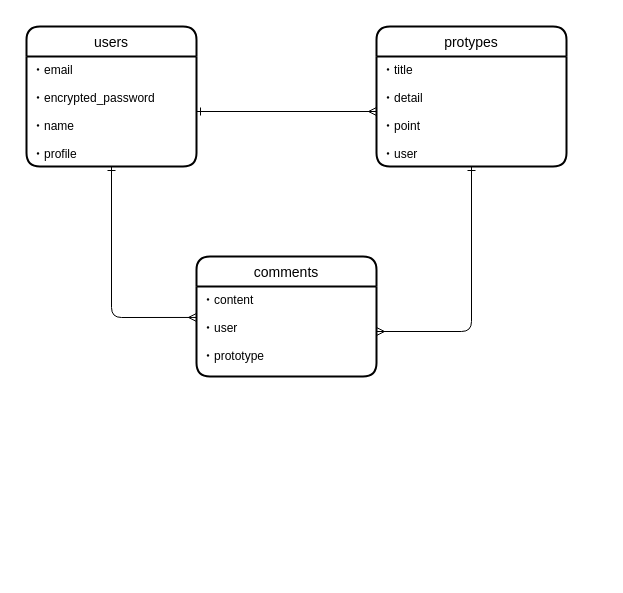
The draw.io diagram page "ER図" (1 of 2) of test.dio in ymokkk/protospace-1206, before the edit. Source tidied: cells renumbered, new cells numbered last; positions are measured from the earlier drawing's top-left corner, leaving out a move shared by most shapes. Both pictures are drawn from the tidied source at 100%, with x=0, y=0 at pixel (26, 26).
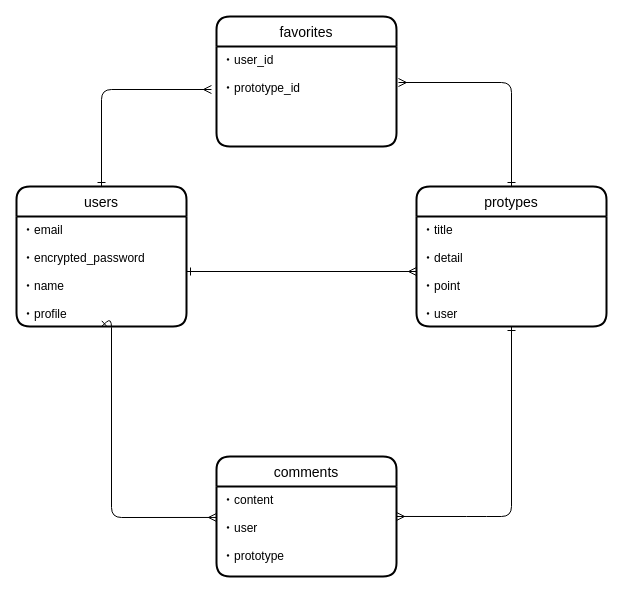
The same page after the edit.

The change refers to these unchanged cells:
```xml
<mxCell id="3" value="・email&#10;&#10;・encrypted_password&#10;&#10;・name&#10;&#10;・profile" style="align=left;strokeColor=none;fillColor=none;spacingLeft=4;fontSize=12;verticalAlign=top;" parent="2" vertex="1">
  <mxGeometry y="30" width="170" height="110" as="geometry" />
</mxCell>
<mxCell id="5" value="・title&#10;&#10;・detail&#10;&#10;・point&#10;&#10;・user" style="align=left;strokeColor=none;fillColor=none;spacingLeft=4;fontSize=12;verticalAlign=top;" parent="4" vertex="1">
  <mxGeometry y="30" width="190" height="110" as="geometry" />
</mxCell>
<mxCell id="7" value="・content&#10;&#10;・user&#10;&#10;・prototype" style="align=left;strokeColor=none;fillColor=none;spacingLeft=4;fontSize=12;verticalAlign=top;" parent="6" vertex="1">
  <mxGeometry y="30" width="180" height="90" as="geometry" />
</mxCell>
```

What changed in the source:
```diff
@@
+    <mxCell id="11" style="edgeStyle=none;html=1;exitX=0.5;exitY=0;exitDx=0;exitDy=0;entryX=-0.028;entryY=0.43;entryDx=0;entryDy=0;entryPerimeter=0;endArrow=ERmany;endFill=0;startArrow=ERone;startFill=0;" parent="1" edge="1" source="2" target="14">
+      <mxGeometry relative="1" as="geometry">
+        <Array as="points">
+          <mxPoint x="75" y="63" />
+        </Array>
+      </mxGeometry>
+    </mxCell>
     <mxCell id="2" value="users" style="swimlane;horizontal=1;startSize=30;rounded=1;fontSize=14;fontStyle=0;strokeWidth=2;shadow=0;dashed=0;align=center;" parent="1" vertex="1">
-      <mxGeometry width="170" height="140" as="geometry" />
+      <mxGeometry x="-10" y="160" width="170" height="140" as="geometry" />
     </mxCell>
@@
+    <mxCell id="12" style="edgeStyle=none;html=1;exitX=0.5;exitY=0;exitDx=0;exitDy=0;entryX=1.011;entryY=0.36;entryDx=0;entryDy=0;entryPerimeter=0;endArrow=ERmany;endFill=0;startArrow=ERone;startFill=0;" parent="1" edge="1" source="4" target="14">
+      <mxGeometry relative="1" as="geometry">
+        <Array as="points">
+          <mxPoint x="485" y="56" />
+        </Array>
+      </mxGeometry>
+    </mxCell>
     <mxCell id="4" value="protypes" style="swimlane;horizontal=1;startSize=30;rounded=1;fontSize=14;fontStyle=0;strokeWidth=2;shadow=0;dashed=0;align=center;" parent="1" vertex="1">
-      <mxGeometry x="350" width="190" height="140" as="geometry" />
+      <mxGeometry x="390" y="160" width="190" height="140" as="geometry" />
     </mxCell>
@@
     <mxCell id="6" value="comments" style="swimlane;horizontal=1;startSize=30;rounded=1;fontSize=14;fontStyle=0;strokeWidth=2;shadow=0;dashed=0;align=center;" parent="1" vertex="1">
-      <mxGeometry x="170" y="230" width="180" height="120" as="geometry" />
+      <mxGeometry x="190" y="430" width="180" height="120" as="geometry" />
     </mxCell>
@@
     <mxCell id="8" style="edgeStyle=none;html=1;exitX=0.5;exitY=1;exitDx=0;exitDy=0;entryX=0;entryY=0.344;entryDx=0;entryDy=0;entryPerimeter=0;endArrow=ERmany;endFill=0;startArrow=ERone;startFill=0;" parent="1" edge="1" source="3" target="7">
       <mxGeometry relative="1" as="geometry">
         <Array as="points">
           <mxPoint x="85" y="291" />
+          <mxPoint x="85" y="491" />
         </Array>
       </mxGeometry>
     </mxCell>
@@
-    <mxCell id="10" style="edgeStyle=none;html=1;exitX=0.5;exitY=1;exitDx=0;exitDy=0;entryX=1;entryY=0.5;entryDx=0;entryDy=0;startArrow=ERone;startFill=0;endArrow=ERmany;endFill=0;" parent="1" edge="1" source="5" target="7">
+    <mxCell id="10" style="edgeStyle=none;html=1;exitX=0.5;exitY=1;exitDx=0;exitDy=0;entryX=1;entryY=0.333;entryDx=0;entryDy=0;startArrow=ERone;startFill=0;endArrow=ERmany;endFill=0;entryPerimeter=0;" parent="1" edge="1" source="5" target="7">
       <mxGeometry relative="1" as="geometry">
         <Array as="points">
-          <mxPoint x="445" y="305" />
+          <mxPoint x="485" y="490" />
+          <mxPoint x="450" y="490" />
         </Array>
       </mxGeometry>
     </mxCell>
+    <mxCell id="13" value="favorites" style="swimlane;horizontal=1;startSize=30;rounded=1;fontSize=14;fontStyle=0;strokeWidth=2;shadow=0;dashed=0;align=center;" parent="1" vertex="1">
+      <mxGeometry x="190" y="-10" width="180" height="130" as="geometry" />
+    </mxCell>
+    <mxCell id="14" value="・user_id&#10;&#10;・prototype_id" style="align=left;strokeColor=none;fillColor=none;spacingLeft=4;fontSize=12;verticalAlign=top;" parent="13" vertex="1">
+      <mxGeometry y="30" width="180" height="100" as="geometry" />
+    </mxCell>
```
